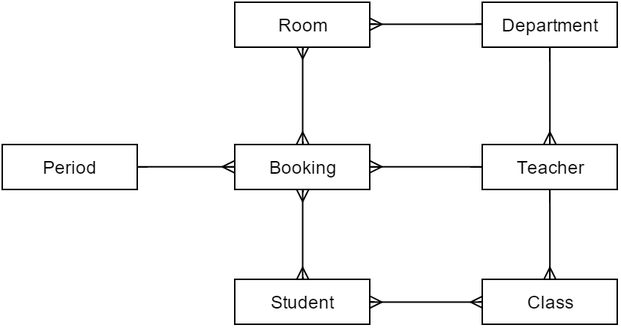
Above: _Writeup/Resources/Design/ER Diagram.png in hnefatl/Prototype1 (draw.io), before the change. Source tidied: cells renumbered, new cells last; positions are measured from the earlier drawing's top-left corner, leaving out a move shared by most shapes.
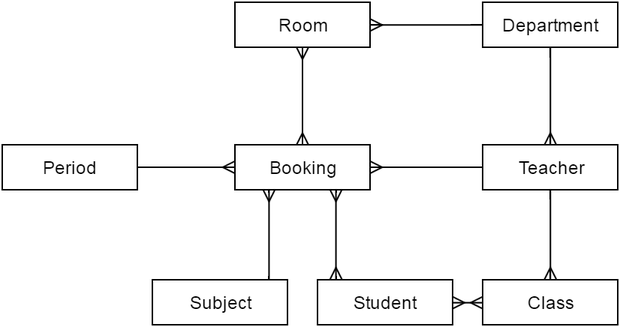
Later version of the same file.

Diff of the diagram source:
```diff
@@ -9,7 +9,7 @@
       <mxGeometry x="320" y="95" width="90" height="30" as="geometry" />
     </mxCell>
     <mxCell id="4" value="Student" style="whiteSpace=wrap;html=1;fillColor=none;" parent="1" vertex="1">
-      <mxGeometry x="155" y="185" width="90" height="30" as="geometry" />
+      <mxGeometry x="210" y="185" width="90" height="30" as="geometry" />
     </mxCell>
     <mxCell id="5" value="Class" style="whiteSpace=wrap;html=1;fillColor=none;" parent="1" vertex="1">
       <mxGeometry x="320" y="185" width="90" height="30" as="geometry" />
@@ -38,7 +38,7 @@
     <mxCell id="13" style="html=1;endArrow=ERmany;startArrow=ERmany;entryX=0.5;entryY=1;exitX=0.5;exitY=0;" parent="1" edge="1" source="2" target="6">
       <mxGeometry x="255.2" y="180.3" as="geometry" />
     </mxCell>
-    <mxCell id="14" style="html=1;endArrow=ERmany;startArrow=ERmany;entryX=0.5;entryY=1;exitX=0.5;exitY=0;" parent="1" edge="1" source="4" target="2">
+    <mxCell id="14" style="html=1;endArrow=ERmany;startArrow=ERmany;entryX=0.75;entryY=1;rotation=22;exitX=0.138;exitY=0;exitPerimeter=0;" parent="1" edge="1" source="4" target="2">
       <mxGeometry x="275.2" y="255.3" as="geometry" />
     </mxCell>
     <mxCell id="15" style="html=1;endArrow=ERmany;startArrow=ERmany;entryX=0;entryY=0.5;exitX=1;exitY=0.5;" parent="1" edge="1" source="4" target="5">
@@ -47,5 +47,11 @@
     <mxCell id="16" style="html=1;endArrow=ERmany;exitX=1;exitY=0.5;entryX=0;entryY=0.5;" parent="1" edge="1" source="8" target="2">
       <mxGeometry x="120" y="385" as="geometry" />
     </mxCell>
+    <mxCell id="17" value="Subject" style="whiteSpace=wrap;html=1;fillColor=none;" parent="1" vertex="1">
+      <mxGeometry x="100" y="185" width="90" height="30" as="geometry" />
+    </mxCell>
+    <mxCell id="18" style="html=1;endArrow=ERmany;entryX=0.25;entryY=1;exitX=0.861;exitY=0;exitPerimeter=0;" parent="1" edge="1" source="17" target="2">
+      <mxGeometry x="75" y="350" as="geometry" />
+    </mxCell>
   </root>
 </mxGraphModel>
```
